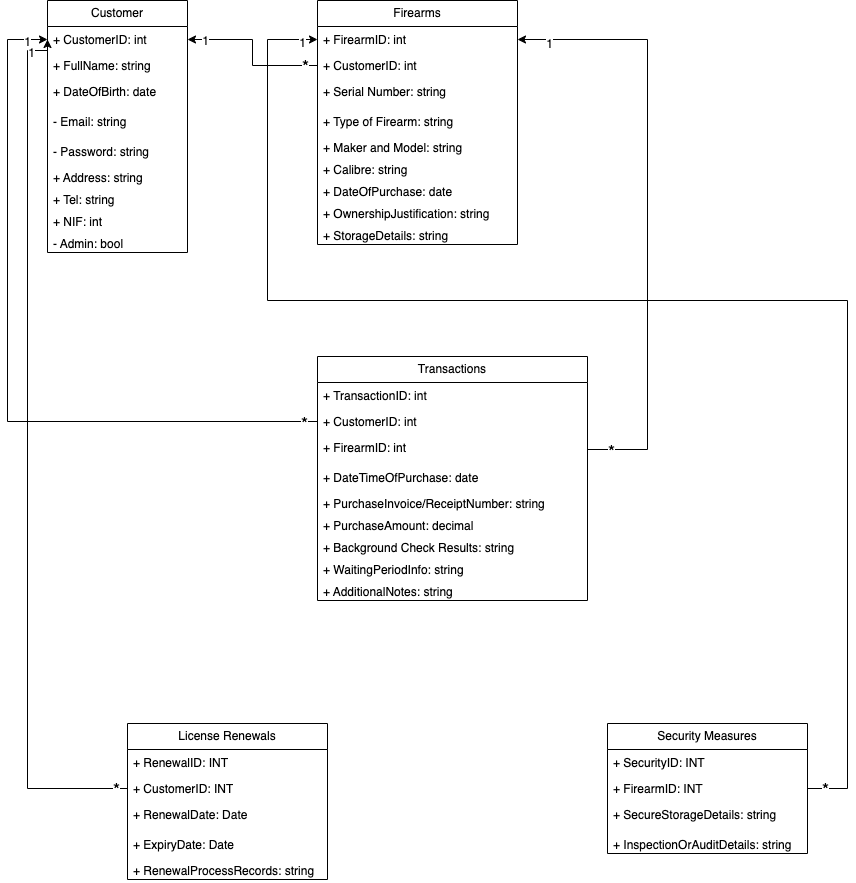
Before: Diagrama/CLASS_DIAGRAM_GunShop.png, a diagram exported from draw.io (Campones76/GunStoreBDD). Source tidied: cells renumbered, new cells last; positions are measured from the earlier drawing's top-left corner, leaving out a move shared by most shapes.
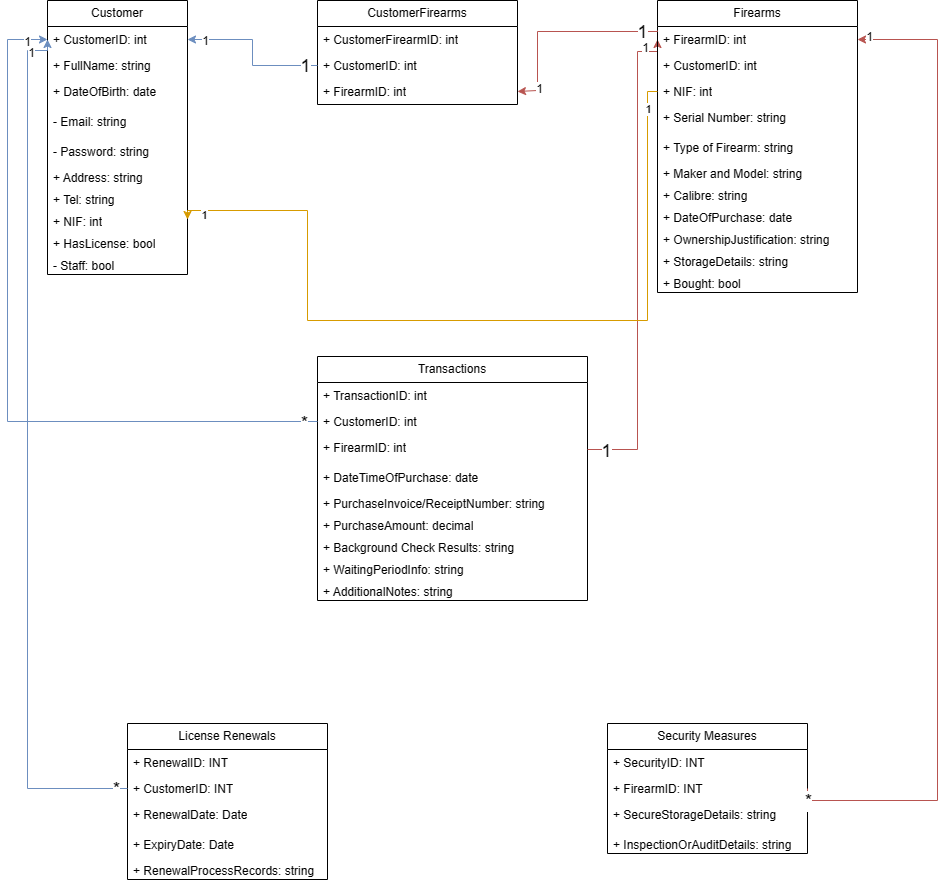
After the commit.

What changed in the source:
```diff
@@ -3,7 +3,7 @@
     <mxCell id="0" />
     <mxCell id="1" parent="0" />
     <mxCell id="2" value="Customer" style="swimlane;fontStyle=0;horizontal=1;startSize=26;fillColor=none;whiteSpace=wrap;html=1;" parent="1" vertex="1">
-      <mxGeometry x="40" width="140" height="252" as="geometry" />
+      <mxGeometry x="40" width="140" height="274" as="geometry" />
     </mxCell>
     <mxCell id="3" value="+ CustomerID: int" style="text;strokeColor=none;fillColor=none;align=left;verticalAlign=top;spacingLeft=4;spacingRight=4;overflow=hidden;points=[[0,0.5],[1,0.5]];portConstraint=eastwest;whiteSpace=wrap;html=1;" parent="2" vertex="1">
       <mxGeometry y="26" width="140" height="26" as="geometry" />
@@ -29,39 +29,24 @@
     <mxCell id="10" value="+ NIF: int" style="text;strokeColor=none;fillColor=none;align=left;verticalAlign=top;spacingLeft=4;spacingRight=4;overflow=hidden;points=[[0,0.5],[1,0.5]];portConstraint=eastwest;whiteSpace=wrap;html=1;" parent="2" vertex="1">
       <mxGeometry y="208" width="140" height="22" as="geometry" />
     </mxCell>
+    <mxCell id="58" value="+ HasLicense: bool" style="text;strokeColor=none;fillColor=none;align=left;verticalAlign=top;spacingLeft=4;spacingRight=4;overflow=hidden;whiteSpace=wrap;html=1;" parent="2" vertex="1">
+      <mxGeometry y="230" width="140" height="22" as="geometry" />
+    </mxCell>
-    <mxCell id="11" value="- Admin: bool" style="text;strokeColor=none;fillColor=none;align=left;verticalAlign=top;spacingLeft=4;spacingRight=4;overflow=hidden;whiteSpace=wrap;html=1;" parent="2" vertex="1">
-      <mxGeometry y="230" width="140" height="22" as="geometry" />
+    <mxCell id="11" value="- Staff: bool" style="text;strokeColor=none;fillColor=none;align=left;verticalAlign=top;spacingLeft=4;spacingRight=4;overflow=hidden;whiteSpace=wrap;html=1;" parent="2" vertex="1">
+      <mxGeometry y="252" width="140" height="22" as="geometry" />
     </mxCell>
-    <mxCell id="12" value="Firearms" style="swimlane;fontStyle=0;horizontal=1;startSize=26;fillColor=none;whiteSpace=wrap;html=1;" parent="1" vertex="1">
-      <mxGeometry x="310" width="200" height="244" as="geometry" />
+    <mxCell id="12" value="CustomerFirearms" style="swimlane;fontStyle=0;horizontal=1;startSize=26;fillColor=none;whiteSpace=wrap;html=1;" parent="1" vertex="1">
+      <mxGeometry x="310" width="200" height="104" as="geometry" />
     </mxCell>
-    <mxCell id="13" value="+ FirearmID: int" style="text;strokeColor=none;fillColor=none;align=left;verticalAlign=top;spacingLeft=4;spacingRight=4;overflow=hidden;points=[[0,0.5],[1,0.5]];portConstraint=eastwest;whiteSpace=wrap;html=1;" parent="12" vertex="1">
+    <mxCell id="13" value="+ CustomerFirearmID: int" style="text;strokeColor=none;fillColor=none;align=left;verticalAlign=top;spacingLeft=4;spacingRight=4;overflow=hidden;points=[[0,0.5],[1,0.5]];portConstraint=eastwest;whiteSpace=wrap;html=1;" parent="12" vertex="1">
       <mxGeometry y="26" width="200" height="26" as="geometry" />
     </mxCell>
-    <mxCell id="14" value="+ CustomerID: int" style="text;strokeColor=none;fillColor=none;align=left;verticalAlign=top;spacingLeft=4;spacingRight=4;overflow=hidden;points=[[0,0.5],[1,0.5]];portConstraint=eastwest;whiteSpace=wrap;html=1;" parent="12" vertex="1">
-      <mxGeometry y="52" width="200" height="26" as="geometry" />
-    </mxCell>
-    <mxCell id="15" value="+ Serial Number: string" style="text;strokeColor=none;fillColor=none;align=left;verticalAlign=top;spacingLeft=4;spacingRight=4;overflow=hidden;whiteSpace=wrap;html=1;" parent="12" vertex="1">
-      <mxGeometry y="78" width="200" height="30" as="geometry" />
-    </mxCell>
-    <mxCell id="16" value="+ Type of Firearm: string" style="text;strokeColor=none;fillColor=none;align=left;verticalAlign=top;spacingLeft=4;spacingRight=4;overflow=hidden;whiteSpace=wrap;html=1;" parent="12" vertex="1">
-      <mxGeometry y="108" width="200" height="26" as="geometry" />
-    </mxCell>
-    <mxCell id="17" value="+ Maker and Model: string" style="text;strokeColor=none;fillColor=none;align=left;verticalAlign=top;spacingLeft=4;spacingRight=4;overflow=hidden;whiteSpace=wrap;html=1;" parent="12" vertex="1">
-      <mxGeometry y="134" width="200" height="22" as="geometry" />
-    </mxCell>
-    <mxCell id="18" value="+ Calibre: string" style="text;strokeColor=none;fillColor=none;align=left;verticalAlign=top;spacingLeft=4;spacingRight=4;overflow=hidden;whiteSpace=wrap;html=1;" parent="12" vertex="1">
-      <mxGeometry y="156" width="200" height="22" as="geometry" />
-    </mxCell>
-    <mxCell id="19" value="+ DateOfPurchase: date" style="text;strokeColor=none;fillColor=none;align=left;verticalAlign=top;spacingLeft=4;spacingRight=4;overflow=hidden;whiteSpace=wrap;html=1;" parent="12" vertex="1">
-      <mxGeometry y="178" width="200" height="22" as="geometry" />
-    </mxCell>
-    <mxCell id="20" value="+ OwnershipJustification: string" style="text;strokeColor=none;fillColor=none;align=left;verticalAlign=top;spacingLeft=4;spacingRight=4;overflow=hidden;whiteSpace=wrap;html=1;" parent="12" vertex="1">
-      <mxGeometry y="200" width="200" height="22" as="geometry" />
-    </mxCell>
-    <mxCell id="21" value="+ StorageDetails: string" style="text;strokeColor=none;fillColor=none;align=left;verticalAlign=top;spacingLeft=4;spacingRight=4;overflow=hidden;whiteSpace=wrap;html=1;" parent="12" vertex="1">
-      <mxGeometry y="222" width="200" height="22" as="geometry" />
-    </mxCell>
+    <mxCell id="59" value="+ CustomerID: int" style="text;strokeColor=none;fillColor=none;align=left;verticalAlign=top;spacingLeft=4;spacingRight=4;overflow=hidden;points=[[0,0.5],[1,0.5]];portConstraint=eastwest;whiteSpace=wrap;html=1;" parent="12" vertex="1">
+      <mxGeometry y="52" width="200" height="26" as="geometry" />
+    </mxCell>
+    <mxCell id="60" value="+ FirearmID: int" style="text;strokeColor=none;fillColor=none;align=left;verticalAlign=top;spacingLeft=4;spacingRight=4;overflow=hidden;points=[[0,0.5],[1,0.5]];portConstraint=eastwest;whiteSpace=wrap;html=1;" parent="12" vertex="1">
+      <mxGeometry y="78" width="200" height="26" as="geometry" />
+    </mxCell>
     <mxCell id="22" value="Transactions" style="swimlane;fontStyle=0;horizontal=1;startSize=26;fillColor=none;whiteSpace=wrap;html=1;" parent="1" vertex="1">
       <mxGeometry x="310" y="356" width="270" height="244" as="geometry" />
     </mxCell>
@@ -125,7 +110,7 @@
     <mxCell id="42" value="+ InspectionOrAuditDetails: string" style="text;strokeColor=none;fillColor=none;align=left;verticalAlign=top;spacingLeft=4;spacingRight=4;overflow=hidden;whiteSpace=wrap;html=1;" parent="38" vertex="1">
       <mxGeometry y="108" width="200" height="22" as="geometry" />
     </mxCell>
-    <mxCell id="43" style="edgeStyle=orthogonalEdgeStyle;rounded=0;jettySize=auto;html=1;exitX=0;exitY=0.5;exitDx=0;exitDy=0;entryX=0;entryY=0.5;entryDx=0;entryDy=0;" parent="1" edge="1" source="24" target="3">
+    <mxCell id="43" style="edgeStyle=orthogonalEdgeStyle;rounded=0;jettySize=auto;html=1;exitX=0;exitY=0.5;exitDx=0;exitDy=0;entryX=0;entryY=0.5;entryDx=0;entryDy=0;fillColor=#dae8fc;strokeColor=#6c8ebf;" parent="1" edge="1" source="24" target="3">
       <mxGeometry relative="1" as="geometry">
         <Array as="points">
           <mxPoint y="421" />
@@ -141,10 +126,10 @@
         <mxPoint y="1" as="offset" />
       </mxGeometry>
     </mxCell>
-    <mxCell id="46" style="edgeStyle=orthogonalEdgeStyle;rounded=0;jettySize=auto;html=1;exitX=0;exitY=0.5;exitDx=0;exitDy=0;entryX=1;entryY=0.5;entryDx=0;entryDy=0;" parent="1" edge="1" source="14" target="3">
+    <mxCell id="46" style="edgeStyle=orthogonalEdgeStyle;rounded=0;jettySize=auto;html=1;exitX=0;exitY=0.5;exitDx=0;exitDy=0;entryX=1;entryY=0.5;entryDx=0;entryDy=0;fillColor=#dae8fc;strokeColor=#6c8ebf;" parent="1" edge="1" source="59" target="3">
       <mxGeometry relative="1" as="geometry" />
     </mxCell>
-    <mxCell id="47" value="&lt;font style=&quot;font-size: 18px;&quot;&gt;*&lt;/font&gt;" style="edgeLabel;html=1;align=center;verticalAlign=middle;" parent="46" vertex="1">
+    <mxCell id="47" value="&lt;font style=&quot;font-size: 18px;&quot;&gt;1&lt;/font&gt;" style="edgeLabel;html=1;align=center;verticalAlign=middle;" parent="46" vertex="1">
       <mxGeometry x="-0.83" y="-1" relative="1" as="geometry">
         <mxPoint y="1" as="offset" />
       </mxGeometry>
@@ -152,21 +137,22 @@
     <mxCell id="48" value="&lt;font style=&quot;font-size: 12px;&quot;&gt;1&lt;/font&gt;" style="edgeLabel;html=1;align=center;verticalAlign=middle;" parent="46" vertex="1">
       <mxGeometry x="0.78" y="1" relative="1" as="geometry" />
     </mxCell>
-    <mxCell id="49" style="edgeStyle=orthogonalEdgeStyle;rounded=0;jettySize=auto;html=1;exitX=1;exitY=0.5;exitDx=0;exitDy=0;entryX=1;entryY=0.5;entryDx=0;entryDy=0;" parent="1" edge="1" source="25" target="13">
+    <mxCell id="49" style="edgeStyle=orthogonalEdgeStyle;rounded=0;jettySize=auto;html=1;exitX=1;exitY=0.5;exitDx=0;exitDy=0;entryX=0;entryY=0.5;entryDx=0;entryDy=0;fillColor=#f8cecc;strokeColor=#b85450;" parent="1" edge="1" source="25" target="62">
       <mxGeometry relative="1" as="geometry">
         <Array as="points">
-          <mxPoint x="640" y="449" />
-          <mxPoint x="640" y="39" />
+          <mxPoint x="630" y="449" />
+          <mxPoint x="630" y="51" />
+          <mxPoint x="650" y="51" />
         </Array>
       </mxGeometry>
     </mxCell>
-    <mxCell id="50" value="&lt;font style=&quot;font-size: 18px;&quot;&gt;*&lt;/font&gt;" style="edgeLabel;html=1;align=center;verticalAlign=middle;" parent="49" vertex="1">
+    <mxCell id="50" value="&lt;font style=&quot;font-size: 18px;&quot;&gt;1&lt;/font&gt;" style="edgeLabel;html=1;align=center;verticalAlign=middle;" parent="49" vertex="1">
       <mxGeometry x="-0.92" y="-1" relative="1" as="geometry" />
     </mxCell>
     <mxCell id="51" value="&lt;font style=&quot;font-size: 12px;&quot;&gt;1&lt;/font&gt;" style="edgeLabel;html=1;align=center;verticalAlign=middle;" parent="49" vertex="1">
       <mxGeometry x="0.9" y="4" relative="1" as="geometry" />
     </mxCell>
-    <mxCell id="52" style="edgeStyle=orthogonalEdgeStyle;rounded=0;jettySize=auto;html=1;exitX=0;exitY=0.5;exitDx=0;exitDy=0;entryX=0;entryY=0.5;entryDx=0;entryDy=0;" parent="1" edge="1" source="34" target="3">
+    <mxCell id="52" style="edgeStyle=orthogonalEdgeStyle;rounded=0;jettySize=auto;html=1;exitX=0;exitY=0.5;exitDx=0;exitDy=0;entryX=0;entryY=0.5;entryDx=0;entryDy=0;fillColor=#dae8fc;strokeColor=#6c8ebf;" parent="1" edge="1" source="34" target="3">
       <mxGeometry relative="1" as="geometry">
         <Array as="points">
           <mxPoint x="20" y="788" />
@@ -181,13 +167,12 @@
     <mxCell id="54" value="&lt;font style=&quot;font-size: 12px;&quot;&gt;1&lt;/font&gt;" style="edgeLabel;html=1;align=center;verticalAlign=middle;" parent="52" vertex="1">
       <mxGeometry x="0.94" y="-2" relative="1" as="geometry" />
     </mxCell>
-    <mxCell id="55" style="edgeStyle=orthogonalEdgeStyle;rounded=0;jettySize=auto;html=1;exitX=1;exitY=0.5;exitDx=0;exitDy=0;entryX=0;entryY=0.5;entryDx=0;entryDy=0;" parent="1" edge="1" source="40" target="13">
+    <mxCell id="55" style="edgeStyle=orthogonalEdgeStyle;rounded=0;jettySize=auto;html=1;exitX=1;exitY=0.5;exitDx=0;exitDy=0;fillColor=#f8cecc;strokeColor=#b85450;entryX=1;entryY=0.5;entryDx=0;entryDy=0;" parent="1" edge="1" source="40" target="62">
       <mxGeometry relative="1" as="geometry">
         <Array as="points">
-          <mxPoint x="840" y="788" />
-          <mxPoint x="840" y="300" />
-          <mxPoint x="260" y="300" />
-          <mxPoint x="260" y="39" />
+          <mxPoint x="800" y="800" />
+          <mxPoint x="930" y="800" />
+          <mxPoint x="930" y="39" />
         </Array>
       </mxGeometry>
     </mxCell>
@@ -197,5 +182,76 @@
     <mxCell id="57" value="&lt;font style=&quot;font-size: 12px;&quot;&gt;1&lt;/font&gt;" style="edgeLabel;html=1;align=center;verticalAlign=middle;" parent="55" vertex="1">
       <mxGeometry x="0.98" y="-3" relative="1" as="geometry" />
     </mxCell>
+    <mxCell id="61" value="Firearms" style="swimlane;fontStyle=0;horizontal=1;startSize=26;fillColor=none;whiteSpace=wrap;html=1;" parent="1" vertex="1">
+      <mxGeometry x="650" width="200" height="292" as="geometry" />
+    </mxCell>
+    <mxCell id="62" value="+ FirearmID: int" style="text;strokeColor=none;fillColor=none;align=left;verticalAlign=top;spacingLeft=4;spacingRight=4;overflow=hidden;points=[[0,0.5],[1,0.5]];portConstraint=eastwest;whiteSpace=wrap;html=1;" parent="61" vertex="1">
+      <mxGeometry y="26" width="200" height="26" as="geometry" />
+    </mxCell>
+    <mxCell id="63" value="+ CustomerID: int" style="text;strokeColor=none;fillColor=none;align=left;verticalAlign=top;spacingLeft=4;spacingRight=4;overflow=hidden;whiteSpace=wrap;html=1;" parent="61" vertex="1">
+      <mxGeometry y="52" width="200" height="26" as="geometry" />
+    </mxCell>
+    <mxCell id="64" value="+ NIF: int" style="text;strokeColor=none;fillColor=none;align=left;verticalAlign=top;spacingLeft=4;spacingRight=4;overflow=hidden;points=[[0,0.5],[1,0.5]];portConstraint=eastwest;whiteSpace=wrap;html=1;" parent="61" vertex="1">
+      <mxGeometry y="78" width="200" height="26" as="geometry" />
+    </mxCell>
+    <mxCell id="15" value="+ Serial Number: string" style="text;strokeColor=none;fillColor=none;align=left;verticalAlign=top;spacingLeft=4;spacingRight=4;overflow=hidden;whiteSpace=wrap;html=1;" parent="61" vertex="1">
+      <mxGeometry y="104" width="200" height="30" as="geometry" />
+    </mxCell>
+    <mxCell id="16" value="+ Type of Firearm: string" style="text;strokeColor=none;fillColor=none;align=left;verticalAlign=top;spacingLeft=4;spacingRight=4;overflow=hidden;whiteSpace=wrap;html=1;" parent="61" vertex="1">
+      <mxGeometry y="134" width="200" height="26" as="geometry" />
+    </mxCell>
+    <mxCell id="17" value="+ Maker and Model: string" style="text;strokeColor=none;fillColor=none;align=left;verticalAlign=top;spacingLeft=4;spacingRight=4;overflow=hidden;whiteSpace=wrap;html=1;" parent="61" vertex="1">
+      <mxGeometry y="160" width="200" height="22" as="geometry" />
+    </mxCell>
+    <mxCell id="18" value="+ Calibre: string" style="text;strokeColor=none;fillColor=none;align=left;verticalAlign=top;spacingLeft=4;spacingRight=4;overflow=hidden;whiteSpace=wrap;html=1;" parent="61" vertex="1">
+      <mxGeometry y="182" width="200" height="22" as="geometry" />
+    </mxCell>
+    <mxCell id="19" value="+ DateOfPurchase: date" style="text;strokeColor=none;fillColor=none;align=left;verticalAlign=top;spacingLeft=4;spacingRight=4;overflow=hidden;whiteSpace=wrap;html=1;" parent="61" vertex="1">
+      <mxGeometry y="204" width="200" height="22" as="geometry" />
+    </mxCell>
+    <mxCell id="20" value="+ OwnershipJustification: string" style="text;strokeColor=none;fillColor=none;align=left;verticalAlign=top;spacingLeft=4;spacingRight=4;overflow=hidden;whiteSpace=wrap;html=1;" parent="61" vertex="1">
+      <mxGeometry y="226" width="200" height="22" as="geometry" />
+    </mxCell>
+    <mxCell id="21" value="+ StorageDetails: string" style="text;strokeColor=none;fillColor=none;align=left;verticalAlign=top;spacingLeft=4;spacingRight=4;overflow=hidden;whiteSpace=wrap;html=1;" parent="61" vertex="1">
+      <mxGeometry y="248" width="200" height="22" as="geometry" />
+    </mxCell>
+    <mxCell id="65" value="+ Bought: bool" style="text;strokeColor=none;fillColor=none;align=left;verticalAlign=top;spacingLeft=4;spacingRight=4;overflow=hidden;whiteSpace=wrap;html=1;" parent="61" vertex="1">
+      <mxGeometry y="270" width="200" height="22" as="geometry" />
+    </mxCell>
+    <mxCell id="66" style="edgeStyle=orthogonalEdgeStyle;rounded=0;jettySize=auto;html=1;exitX=0;exitY=0.5;exitDx=0;exitDy=0;fillColor=#f8cecc;strokeColor=#b85450;entryX=1;entryY=0.5;entryDx=0;entryDy=0;" parent="1" edge="1" target="60">
+      <mxGeometry relative="1" as="geometry">
+        <mxPoint x="650" y="30" as="sourcePoint" />
+        <Array as="points">
+          <mxPoint x="530" y="31" />
+          <mxPoint x="530" y="90" />
+          <mxPoint x="510" y="90" />
+        </Array>
+      </mxGeometry>
+    </mxCell>
+    <mxCell id="67" value="&lt;font style=&quot;font-size: 18px;&quot;&gt;1&lt;/font&gt;" style="edgeLabel;html=1;align=center;verticalAlign=middle;" parent="66" vertex="1">
+      <mxGeometry x="-0.83" y="-1" relative="1" as="geometry">
+        <mxPoint y="1" as="offset" />
+      </mxGeometry>
+    </mxCell>
+    <mxCell id="68" value="&lt;font style=&quot;font-size: 12px;&quot;&gt;1&lt;/font&gt;" style="edgeLabel;html=1;align=center;verticalAlign=middle;" parent="66" vertex="1">
+      <mxGeometry x="0.78" y="1" relative="1" as="geometry" />
+    </mxCell>
+    <mxCell id="69" style="edgeStyle=orthogonalEdgeStyle;rounded=0;jettySize=auto;html=1;exitX=0;exitY=0.5;exitDx=0;exitDy=0;fillColor=#ffe6cc;strokeColor=#d79b00;entryX=1;entryY=0.5;entryDx=0;entryDy=0;" parent="1" edge="1" source="64" target="10">
+      <mxGeometry relative="1" as="geometry">
+        <Array as="points">
+          <mxPoint x="640" y="91" />
+          <mxPoint x="640" y="320" />
+          <mxPoint x="300" y="320" />
+          <mxPoint x="300" y="210" />
+          <mxPoint x="180" y="210" />
+        </Array>
+      </mxGeometry>
+    </mxCell>
+    <mxCell id="70" value="1" style="edgeLabel;html=1;align=center;verticalAlign=middle;" parent="69" vertex="1">
+      <mxGeometry x="-0.93" relative="1" as="geometry" />
+    </mxCell>
+    <mxCell id="71" value="1" style="edgeLabel;html=1;align=center;verticalAlign=middle;" parent="69" vertex="1">
+      <mxGeometry x="0.94" y="4" relative="1" as="geometry" />
+    </mxCell>
   </root>
 </mxGraphModel>
```
